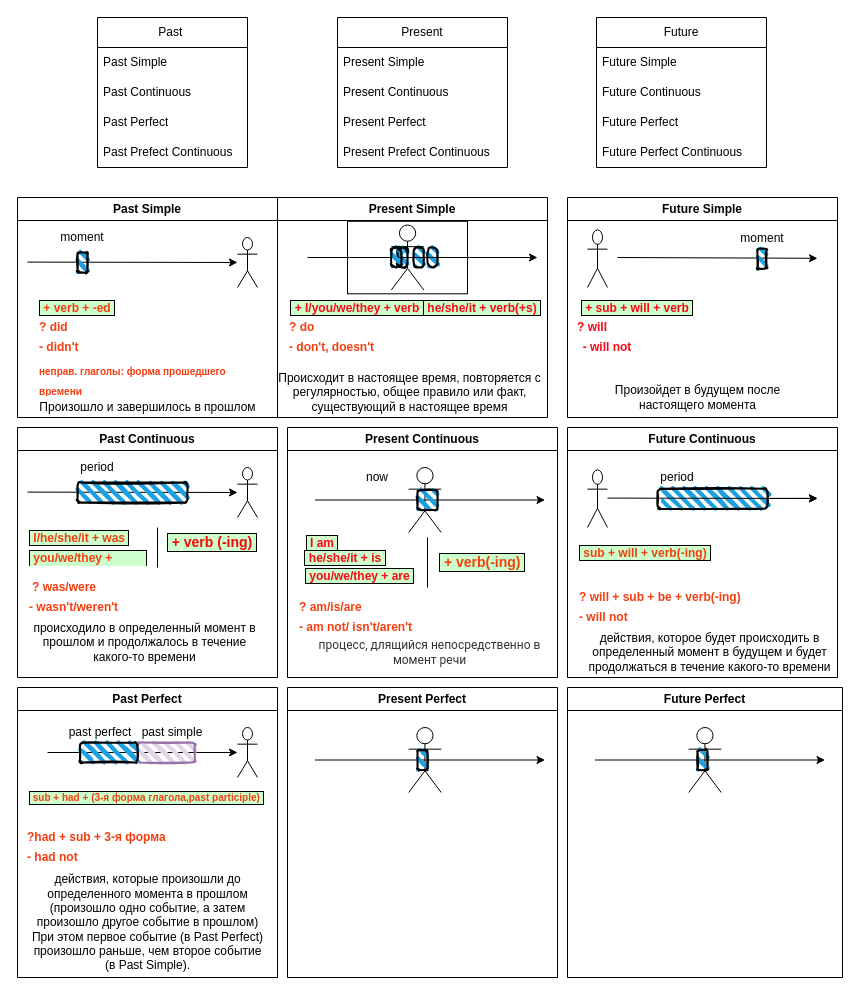
FeraVerto/english keeps this draw.io diagram as Времена в английском.drawio. Above is the earlier version. Source tidied: cells renumbered, new cells numbered last; positions are measured from the earlier drawing's top-left corner, leaving out a move shared by most shapes. Both pictures are drawn from the tidied source at 100%, with x=0, y=0 at pixel (17, 17).
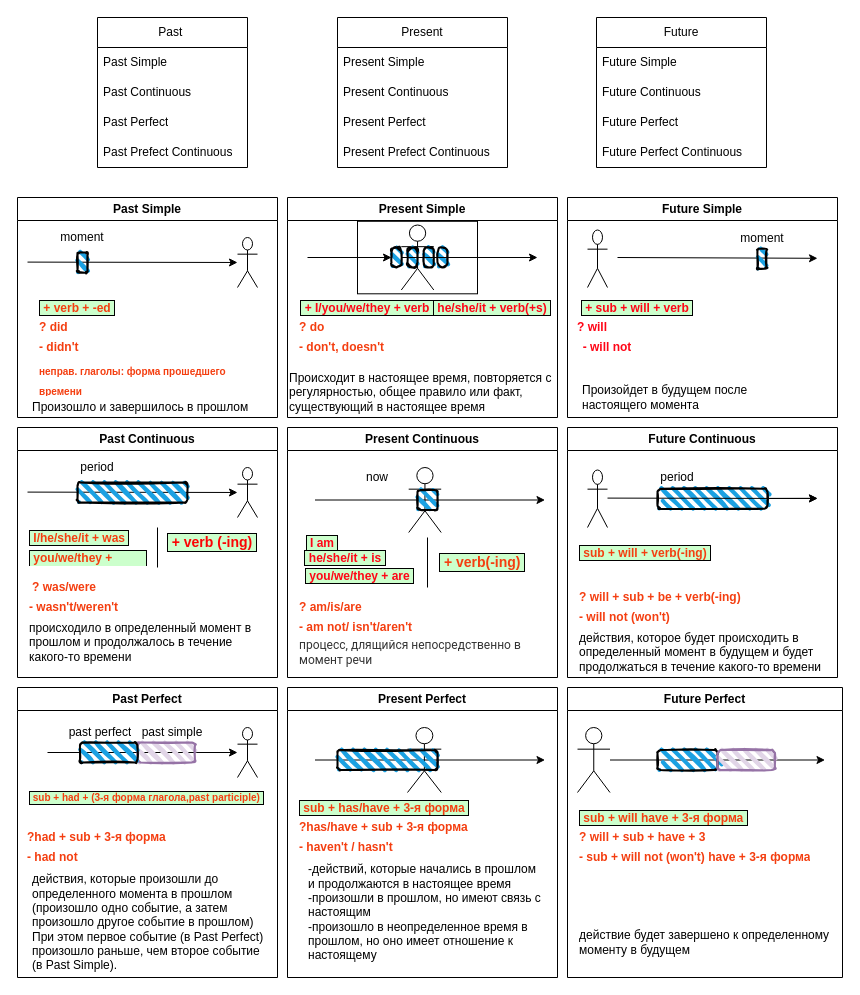
The same page after the edit.

Unchanged cells that the change refers to:
```xml
<mxCell id="17" value="Past Simple" style="swimlane;whiteSpace=wrap;html=1;" parent="1" vertex="1">
  <mxGeometry y="180" width="260" height="220" as="geometry" />
</mxCell>
<mxCell id="38" value="Future Simple" style="swimlane;whiteSpace=wrap;html=1;" parent="1" vertex="1">
  <mxGeometry x="550" y="180" width="270" height="220" as="geometry" />
</mxCell>
<mxCell id="48" value="Past Continuous" style="swimlane;whiteSpace=wrap;html=1;" parent="1" vertex="1">
  <mxGeometry y="410" width="260" height="250" as="geometry" />
</mxCell>
<mxCell id="60" value="Present Continuous" style="swimlane;whiteSpace=wrap;html=1;" parent="1" vertex="1">
  <mxGeometry x="270" y="410" width="270" height="250" as="geometry" />
</mxCell>
<mxCell id="74" value="Future Continuous" style="swimlane;whiteSpace=wrap;html=1;" parent="1" vertex="1">
  <mxGeometry x="550" y="410" width="270" height="250" as="geometry" />
</mxCell>
<mxCell id="84" value="Past Perfect" style="swimlane;whiteSpace=wrap;html=1;" parent="1" vertex="1">
  <mxGeometry y="670" width="260" height="290" as="geometry" />
</mxCell>
<mxCell id="95" value="Present Perfect" style="swimlane;whiteSpace=wrap;html=1;" parent="1" vertex="1">
  <mxGeometry x="270" y="670" width="270" height="290" as="geometry" />
</mxCell>
<mxCell id="99" value="Future Perfect" style="swimlane;whiteSpace=wrap;html=1;" parent="1" vertex="1">
  <mxGeometry x="550" y="670" width="275" height="290" as="geometry" />
</mxCell>
```

The edit, as a diff of the source:
```diff
@@
-    <mxCell id="23" value="Произошло и завершилось в прошлом" style="text;html=1;strokeColor=none;fillColor=none;align=center;verticalAlign=middle;whiteSpace=wrap;overflow=hidden;" parent="17" vertex="1">
+    <mxCell id="23" value="Произошло и завершилось в прошлом" style="text;html=1;strokeColor=none;fillColor=none;align=left;verticalAlign=middle;whiteSpace=wrap;overflow=hidden;" parent="17" vertex="1">
       <mxGeometry x="12.5" y="200" width="235" height="20" as="geometry" />
     </mxCell>
@@
     <mxCell id="27" value="Present Simple" style="swimlane;whiteSpace=wrap;html=1;" parent="1" vertex="1">
-      <mxGeometry x="260" y="180" width="270" height="220" as="geometry" />
+      <mxGeometry x="270" y="180" width="270" height="220" as="geometry" />
     </mxCell>
@@
-    <mxCell id="31" value="Происходит в настоящее время, повторяется с регулярностью, общее правило или факт, существующий в настоящее время" style="text;html=1;strokeColor=none;fillColor=none;align=center;verticalAlign=middle;whiteSpace=wrap;overflow=hidden;" parent="27" vertex="1">
+    <mxCell id="31" value="Происходит в настоящее время, повторяется с регулярностью, общее правило или факт, существующий в настоящее время" style="text;html=1;strokeColor=none;fillColor=none;align=left;verticalAlign=middle;whiteSpace=wrap;overflow=hidden;" parent="27" vertex="1">
       <mxGeometry y="170" width="265" height="50" as="geometry" />
     </mxCell>
@@
+    <mxCell id="73" style="rounded=1;whiteSpace=wrap;html=1;strokeWidth=2;fillWeight=4;hachureGap=8;hachureAngle=45;fillColor=#1ba1e2;sketch=1;arcSize=50;" parent="27" vertex="1">
+      <mxGeometry x="104" y="50" width="10" height="20" as="geometry" />
+    </mxCell>
@@
-    <mxCell id="43" value="Произойдет в будущем после настоящего момента" style="text;html=1;strokeColor=none;fillColor=none;align=center;verticalAlign=middle;whiteSpace=wrap;overflow=hidden;" parent="38" vertex="1">
+    <mxCell id="43" value="Произойдет в будущем после настоящего момента" style="text;html=1;strokeColor=none;fillColor=none;align=left;verticalAlign=middle;whiteSpace=wrap;overflow=hidden;" parent="38" vertex="1">
       <mxGeometry x="12.5" y="180" width="235" height="40" as="geometry" />
     </mxCell>
@@
-    <mxCell id="47" style="endArrow=classic;html=1;rounded=0;" parent="1" edge="1">
+    <mxCell id="47" style="endArrow=classic;html=1;rounded=0;" parent="1" edge="1" source="73">
       <mxGeometry relative="1" as="geometry">
-        <mxPoint x="290" y="240" as="sourcePoint" />
         <mxPoint x="520" y="240" as="targetPoint" />
       </mxGeometry>
     </mxCell>
@@
-    <mxCell id="53" value="происходило в определенный момент в прошлом и продолжалось в течение какого-то времени" style="text;html=1;strokeColor=none;fillColor=none;align=center;verticalAlign=middle;whiteSpace=wrap;overflow=hidden;" parent="48" vertex="1">
+    <mxCell id="53" value="происходило в определенный момент в прошлом и продолжалось в течение какого-то времени" style="text;html=1;strokeColor=none;fillColor=none;align=left;verticalAlign=middle;whiteSpace=wrap;overflow=hidden;" parent="48" vertex="1">
       <mxGeometry x="10" y="190" width="235" height="50" as="geometry" />
     </mxCell>
@@
-    <mxCell id="63" value="&lt;span style=&quot;color: rgb(51, 51, 51); font-family: Roboto, sans-serif; text-align: start; background-color: rgb(255, 255, 255);&quot;&gt;&lt;font style=&quot;font-size: 12px;&quot;&gt;процесс, длящийся непосредственно в момент речи&lt;/font&gt;&lt;/span&gt;" style="text;html=1;strokeColor=none;fillColor=none;align=center;verticalAlign=middle;whiteSpace=wrap;overflow=hidden;" parent="60" vertex="1">
+    <mxCell id="63" value="&lt;span style=&quot;color: rgb(51, 51, 51); font-family: Roboto, sans-serif; background-color: rgb(255, 255, 255);&quot;&gt;&lt;font style=&quot;font-size: 12px;&quot;&gt;процесс, длящийся непосредственно в момент речи&lt;/font&gt;&lt;/span&gt;" style="text;html=1;strokeColor=none;fillColor=none;align=left;verticalAlign=middle;whiteSpace=wrap;overflow=hidden;" parent="60" vertex="1">
       <mxGeometry x="10" y="200" width="265" height="50" as="geometry" />
     </mxCell>
@@
-    <mxCell id="73" style="rounded=1;whiteSpace=wrap;html=1;strokeWidth=2;fillWeight=4;hachureGap=8;hachureAngle=45;fillColor=#1ba1e2;sketch=1;arcSize=50;" parent="1" vertex="1">
-      <mxGeometry x="373.8" y="230" width="10" height="20" as="geometry" />
-    </mxCell>
@@
-    <mxCell id="75" value="действия, которое будет происходить в определенный момент в будущем и будет продолжаться в течение какого-то времени" style="text;html=1;strokeColor=none;fillColor=none;align=center;verticalAlign=middle;whiteSpace=wrap;overflow=hidden;" parent="74" vertex="1">
+    <mxCell id="75" value="действия, которое будет происходить в определенный момент в будущем и будет продолжаться в течение какого-то времени" style="text;html=1;strokeColor=none;fillColor=none;align=left;verticalAlign=middle;whiteSpace=wrap;overflow=hidden;" parent="74" vertex="1">
       <mxGeometry x="10" y="200" width="265" height="50" as="geometry" />
     </mxCell>
@@
-    <mxCell id="83" value="- will not" style="text;html=1;strokeColor=none;fillColor=none;align=left;verticalAlign=middle;whiteSpace=wrap;overflow=hidden;fontStyle=1;fontColor=#f43e10;fontSize=12;" parent="74" vertex="1">
+    <mxCell id="83" value="- will not (won't)" style="text;html=1;strokeColor=none;fillColor=none;align=left;verticalAlign=middle;whiteSpace=wrap;overflow=hidden;fontStyle=1;fontColor=#f43e10;fontSize=12;" parent="74" vertex="1">
       <mxGeometry x="10" y="180" width="200" height="20" as="geometry" />
     </mxCell>
@@
-    <mxCell id="88" value="действия, которые произошли до определенного момента в прошлом (произошло одно событие, а затем произошло другое событие в прошлом) При этом первое событие (в Past Perfect) произошло раньше, чем второе событие (в Past Simple)." style="text;html=1;strokeColor=none;fillColor=none;align=center;verticalAlign=middle;whiteSpace=wrap;overflow=hidden;" parent="84" vertex="1">
+    <mxCell id="88" value="действия, которые произошли до определенного момента в прошлом (произошло одно событие, а затем произошло другое событие в прошлом) При этом первое событие (в Past Perfect) произошло раньше, чем второе событие (в Past Simple)." style="text;html=1;strokeColor=none;fillColor=none;align=left;verticalAlign=middle;whiteSpace=wrap;overflow=hidden;" parent="84" vertex="1">
       <mxGeometry x="12.5" y="180" width="235" height="110" as="geometry" />
     </mxCell>
@@
     <mxCell id="96" style="shape=umlActor;verticalLabelPosition=bottom;verticalAlign=top;html=1;" parent="95" vertex="1">
-      <mxGeometry x="121.2" y="40" width="32.5" height="65" as="geometry" />
+      <mxGeometry x="120" y="40" width="33.8" height="65" as="geometry" />
     </mxCell>
@@
     <mxCell id="98" style="rounded=1;whiteSpace=wrap;html=1;strokeWidth=2;fillWeight=4;hachureGap=8;hachureAngle=45;fillColor=#1ba1e2;sketch=1;" parent="95" vertex="1">
-      <mxGeometry x="130" y="62.5" width="10" height="20" as="geometry" />
+      <mxGeometry x="50" y="62.5" width="100" height="20" as="geometry" />
     </mxCell>
+    <mxCell id="103" value="&lt;div style=&quot;text-align: left;&quot;&gt;&lt;span style=&quot;background-color: initial;&quot;&gt;-действий, которые начались в прошлом и продолжаются в настоящее время&lt;/span&gt;&lt;/div&gt;&lt;div style=&quot;text-align: left;&quot;&gt;&lt;span style=&quot;background-color: initial;&quot;&gt;-произошли в прошлом, но имеют связь с настоящим&lt;/span&gt;&lt;/div&gt;&lt;div style=&quot;text-align: left;&quot;&gt;&lt;span style=&quot;background-color: initial;&quot;&gt;-&lt;/span&gt;&lt;span style=&quot;background-color: initial;&quot;&gt;произошло в неопределенное время в прошлом, но оно имеет отношение к настоящему&lt;/span&gt;&lt;/div&gt;" style="text;html=1;strokeColor=none;fillColor=none;align=center;verticalAlign=middle;whiteSpace=wrap;overflow=hidden;" parent="95" vertex="1">
+      <mxGeometry x="20" y="170" width="235" height="110" as="geometry" />
+    </mxCell>
+    <mxCell id="104" value="&amp;nbsp;sub + has/have + 3-я форма&amp;nbsp;" style="text;html=1;strokeColor=none;fillColor=none;align=left;verticalAlign=middle;whiteSpace=wrap;overflow=hidden;fontStyle=1;fontColor=#f43e10;fontSize=12;labelBackgroundColor=#CCFFCC;labelBorderColor=default;" parent="95" vertex="1">
+      <mxGeometry x="10" y="110" width="180" height="20" as="geometry" />
+    </mxCell>
+    <mxCell id="105" value="?has/have + sub + 3-я форма" style="text;html=1;strokeColor=none;fillColor=none;align=left;verticalAlign=middle;whiteSpace=wrap;overflow=hidden;fontStyle=1;fontColor=#f43e10;fontSize=12;" parent="95" vertex="1">
+      <mxGeometry x="10" y="130" width="180" height="20" as="geometry" />
+    </mxCell>
+    <mxCell id="106" value="-&amp;nbsp;haven't / hasn't" style="text;html=1;strokeColor=none;fillColor=none;align=left;verticalAlign=middle;whiteSpace=wrap;overflow=hidden;fontStyle=1;fontColor=#f43e10;fontSize=12;" parent="95" vertex="1">
+      <mxGeometry x="10" y="150" width="120" height="20" as="geometry" />
+    </mxCell>
@@
     <mxCell id="100" style="shape=umlActor;verticalLabelPosition=bottom;verticalAlign=top;html=1;outlineConnect=0;" parent="99" vertex="1">
-      <mxGeometry x="121.2" y="40" width="32.5" height="65" as="geometry" />
+      <mxGeometry x="10" y="40" width="32.5" height="65" as="geometry" />
     </mxCell>
-    <mxCell id="101" style="endArrow=classic;html=1;rounded=0;" parent="99" edge="1">
+    <mxCell id="101" style="endArrow=classic;html=1;rounded=0;" parent="99" edge="1" source="100">
       <mxGeometry relative="1" as="geometry">
-        <mxPoint x="27.5" y="72.5" as="sourcePoint" />
         <mxPoint x="257.5" y="72.5" as="targetPoint" />
       </mxGeometry>
     </mxCell>
     <mxCell id="102" style="rounded=1;whiteSpace=wrap;html=1;strokeWidth=2;fillWeight=4;hachureGap=8;hachureAngle=45;fillColor=#1ba1e2;sketch=1;" parent="99" vertex="1">
-      <mxGeometry x="130" y="62.5" width="10" height="20" as="geometry" />
+      <mxGeometry x="90" y="62.5" width="60" height="20" as="geometry" />
     </mxCell>
+    <mxCell id="107" style="rounded=1;whiteSpace=wrap;html=1;strokeWidth=2;fillWeight=4;hachureGap=8;hachureAngle=45;fillColor=#e1d5e7;sketch=1;strokeColor=#9673a6;" parent="99" vertex="1">
+      <mxGeometry x="150" y="62.5" width="57.5" height="20" as="geometry" />
+    </mxCell>
+    <mxCell id="108" value="действие будет завершено к определенному моменту в будущем" style="text;html=1;strokeColor=none;fillColor=none;align=left;verticalAlign=middle;whiteSpace=wrap;rounded=0;" parent="99" vertex="1">
+      <mxGeometry x="10" y="240" width="260" height="30" as="geometry" />
+    </mxCell>
+    <mxCell id="109" value="&amp;nbsp;sub + will have + 3-я форма&amp;nbsp;" style="text;html=1;strokeColor=none;fillColor=none;align=left;verticalAlign=middle;whiteSpace=wrap;overflow=hidden;fontStyle=1;fontColor=#f43e10;fontSize=12;labelBackgroundColor=#CCFFCC;labelBorderColor=default;" parent="99" vertex="1">
+      <mxGeometry x="10" y="120" width="180" height="20" as="geometry" />
+    </mxCell>
+    <mxCell id="110" value="? will + sub + have + 3" style="text;html=1;strokeColor=none;fillColor=none;align=left;verticalAlign=middle;whiteSpace=wrap;overflow=hidden;fontStyle=1;fontColor=#f43e10;fontSize=12;" parent="99" vertex="1">
+      <mxGeometry x="10" y="140" width="180" height="20" as="geometry" />
+    </mxCell>
+    <mxCell id="111" value="- sub + will not (won't) have + 3-я форма" style="text;html=1;strokeColor=none;fillColor=none;align=left;verticalAlign=middle;whiteSpace=wrap;overflow=hidden;fontStyle=1;fontColor=#f43e10;fontSize=12;" parent="99" vertex="1">
+      <mxGeometry x="10" y="160" width="250" height="20" as="geometry" />
+    </mxCell>
+    <mxCell id="112" style="endArrow=classic;html=1;rounded=0;" parent="1" edge="1" target="73">
+      <mxGeometry relative="1" as="geometry">
+        <mxPoint x="290" y="240" as="sourcePoint" />
+      </mxGeometry>
+    </mxCell>
```
